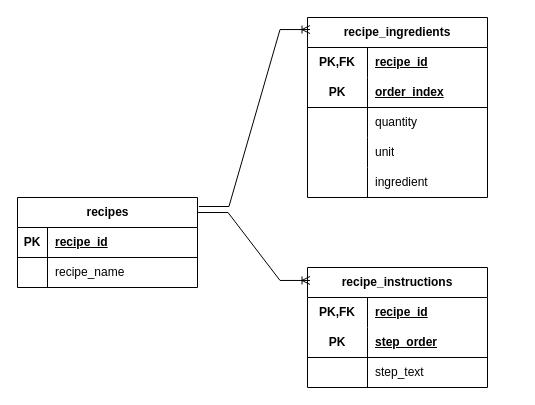
Earlier version of the draw.io diagram page "Database Design" (2 of 2) of assets/SystemDesign.drawio (gmhill/recipe-service). Source tidied: cells renumbered, new cells numbered last; positions are measured from the earlier drawing's top-left corner, leaving out a move shared by most shapes. Both pictures are drawn from the tidied source at 100%, with x=0, y=0 at pixel (17, 17).
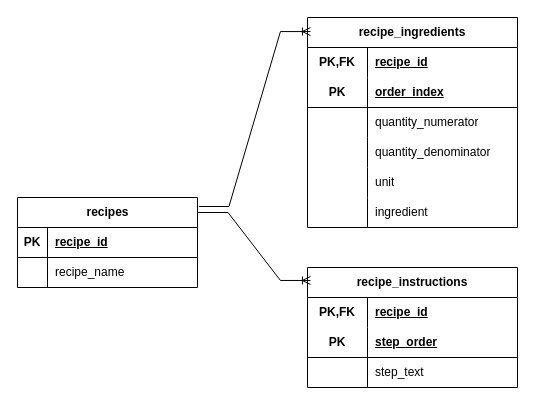
The same page after the edit.

Commit message (it also covers changes not shown here):
Update the database design to account for fractions

The edit, as a diff of the source:
```diff
@@
     <mxCell id="2" value="recipe_ingredients" style="shape=table;startSize=30;childLayout=tableLayout;rowLines=0;fontStyle=1;align=center;html=1;whiteSpace=wrap;" parent="1" vertex="1">
-      <mxGeometry x="290" width="180" height="180" as="geometry" />
+      <mxGeometry x="290" width="210" height="210" as="geometry" />
     </mxCell>
     <mxCell id="3" style="shape=tableRow;horizontal=0;startSize=0;swimlaneHead=0;swimlaneBody=0;fillColor=none;top=0;left=0;right=0;bottom=0;html=1;" parent="2" vertex="1">
-      <mxGeometry y="30" width="180" height="30" as="geometry" />
+      <mxGeometry y="30" width="210" height="30" as="geometry" />
     </mxCell>
@@
     <mxCell id="5" value="recipe_id" style="shape=partialRectangle;fillColor=none;top=0;left=0;bottom=0;right=0;align=left;spacingLeft=6;fontStyle=5;overflow=hidden;html=1;whiteSpace=wrap;" parent="3" vertex="1">
-      <mxGeometry x="60" width="120" height="30" as="geometry" />
+      <mxGeometry x="60" width="150" height="30" as="geometry" />
     </mxCell>
     <mxCell id="6" style="shape=tableRow;horizontal=0;startSize=0;swimlaneHead=0;swimlaneBody=0;fillColor=none;top=0;left=0;right=0;bottom=1;html=1;" parent="2" vertex="1">
-      <mxGeometry y="60" width="180" height="30" as="geometry" />
+      <mxGeometry y="60" width="210" height="30" as="geometry" />
     </mxCell>
@@
     <mxCell id="8" value="order_index" style="shape=partialRectangle;fillColor=none;top=0;left=0;bottom=0;right=0;align=left;spacingLeft=6;fontStyle=5;overflow=hidden;html=1;whiteSpace=wrap;" parent="6" vertex="1">
-      <mxGeometry x="60" width="120" height="30" as="geometry" />
+      <mxGeometry x="60" width="150" height="30" as="geometry" />
     </mxCell>
     <mxCell id="9" style="shape=tableRow;horizontal=0;startSize=0;swimlaneHead=0;swimlaneBody=0;fillColor=none;top=0;left=0;right=0;bottom=0;html=1;" parent="2" vertex="1">
-      <mxGeometry y="90" width="180" height="30" as="geometry" />
+      <mxGeometry y="90" width="210" height="30" as="geometry" />
     </mxCell>
@@
-    <mxCell id="11" value="quantity" style="shape=partialRectangle;fillColor=none;top=0;left=0;bottom=0;right=0;align=left;spacingLeft=6;overflow=hidden;html=1;whiteSpace=wrap;" parent="9" vertex="1">
-      <mxGeometry x="60" width="120" height="30" as="geometry" />
+    <mxCell id="11" value="&lt;div&gt;quantity_numerator&lt;/div&gt;" style="shape=partialRectangle;fillColor=none;top=0;left=0;bottom=0;right=0;align=left;spacingLeft=6;overflow=hidden;html=1;whiteSpace=wrap;" parent="9" vertex="1">
+      <mxGeometry x="60" width="150" height="30" as="geometry" />
     </mxCell>
     <mxCell id="12" style="shape=tableRow;horizontal=0;startSize=0;swimlaneHead=0;swimlaneBody=0;fillColor=none;top=0;left=0;right=0;bottom=0;html=1;" parent="2" vertex="1">
-      <mxGeometry y="120" width="180" height="30" as="geometry" />
+      <mxGeometry y="120" width="210" height="30" as="geometry" />
     </mxCell>
@@
-    <mxCell id="14" value="unit" style="shape=partialRectangle;fillColor=none;top=0;left=0;bottom=0;right=0;align=left;spacingLeft=6;overflow=hidden;html=1;whiteSpace=wrap;" parent="12" vertex="1">
-      <mxGeometry x="60" width="120" height="30" as="geometry" />
+    <mxCell id="14" value="quantity_denominator" style="shape=partialRectangle;fillColor=none;top=0;left=0;bottom=0;right=0;align=left;spacingLeft=6;overflow=hidden;html=1;whiteSpace=wrap;" parent="12" vertex="1">
+      <mxGeometry x="60" width="150" height="30" as="geometry" />
     </mxCell>
     <mxCell id="15" style="shape=tableRow;horizontal=0;startSize=0;swimlaneHead=0;swimlaneBody=0;fillColor=none;top=0;left=0;right=0;bottom=0;html=1;" parent="2" vertex="1">
-      <mxGeometry y="150" width="180" height="30" as="geometry" />
+      <mxGeometry y="150" width="210" height="30" as="geometry" />
     </mxCell>
@@
-    <mxCell id="17" value="ingredient" style="shape=partialRectangle;fillColor=none;top=0;left=0;bottom=0;right=0;align=left;spacingLeft=6;overflow=hidden;html=1;whiteSpace=wrap;" parent="15" vertex="1">
-      <mxGeometry x="60" width="120" height="30" as="geometry" />
+    <mxCell id="17" value="unit" style="shape=partialRectangle;fillColor=none;top=0;left=0;bottom=0;right=0;align=left;spacingLeft=6;overflow=hidden;html=1;whiteSpace=wrap;" parent="15" vertex="1">
+      <mxGeometry x="60" width="150" height="30" as="geometry" />
     </mxCell>
+    <mxCell id="37" style="shape=tableRow;horizontal=0;startSize=0;swimlaneHead=0;swimlaneBody=0;fillColor=none;top=0;left=0;right=0;bottom=0;html=1;" parent="2" vertex="1">
+      <mxGeometry y="180" width="210" height="30" as="geometry" />
+    </mxCell>
+    <mxCell id="38" style="shape=partialRectangle;fillColor=none;top=0;left=0;bottom=0;right=0;overflow=hidden;html=1;whiteSpace=wrap;" parent="37" vertex="1">
+      <mxGeometry width="60" height="30" as="geometry" />
+    </mxCell>
+    <mxCell id="39" value="ingredient" style="shape=partialRectangle;fillColor=none;top=0;left=0;bottom=0;right=0;align=left;spacingLeft=6;overflow=hidden;html=1;whiteSpace=wrap;" parent="37" vertex="1">
+      <mxGeometry x="60" width="150" height="30" as="geometry" />
+    </mxCell>
     <mxCell id="18" value="recipe_instructions" style="shape=table;startSize=30;childLayout=tableLayout;rowLines=0;fontStyle=1;align=center;html=1;whiteSpace=wrap;" parent="1" vertex="1">
-      <mxGeometry x="290" y="250" width="180" height="120" as="geometry" />
+      <mxGeometry x="290" y="250" width="210" height="120" as="geometry" />
     </mxCell>
     <mxCell id="19" style="shape=tableRow;horizontal=0;startSize=0;swimlaneHead=0;swimlaneBody=0;fillColor=none;top=0;left=0;right=0;bottom=0;html=1;" parent="18" vertex="1">
-      <mxGeometry y="30" width="180" height="30" as="geometry" />
+      <mxGeometry y="30" width="210" height="30" as="geometry" />
     </mxCell>
@@
     <mxCell id="21" value="recipe_id" style="shape=partialRectangle;fillColor=none;top=0;left=0;bottom=0;right=0;align=left;spacingLeft=6;fontStyle=5;overflow=hidden;html=1;whiteSpace=wrap;" parent="19" vertex="1">
-      <mxGeometry x="60" width="120" height="30" as="geometry" />
+      <mxGeometry x="60" width="150" height="30" as="geometry" />
     </mxCell>
     <mxCell id="22" style="shape=tableRow;horizontal=0;startSize=0;swimlaneHead=0;swimlaneBody=0;fillColor=none;top=0;left=0;right=0;bottom=1;html=1;" parent="18" vertex="1">
-      <mxGeometry y="60" width="180" height="30" as="geometry" />
+      <mxGeometry y="60" width="210" height="30" as="geometry" />
     </mxCell>
@@
     <mxCell id="24" value="step_order" style="shape=partialRectangle;fillColor=none;top=0;left=0;bottom=0;right=0;align=left;spacingLeft=6;fontStyle=5;overflow=hidden;html=1;whiteSpace=wrap;" parent="22" vertex="1">
-      <mxGeometry x="60" width="120" height="30" as="geometry" />
+      <mxGeometry x="60" width="150" height="30" as="geometry" />
     </mxCell>
     <mxCell id="25" style="shape=tableRow;horizontal=0;startSize=0;swimlaneHead=0;swimlaneBody=0;fillColor=none;top=0;left=0;right=0;bottom=0;html=1;" parent="18" vertex="1">
-      <mxGeometry y="90" width="180" height="30" as="geometry" />
+      <mxGeometry y="90" width="210" height="30" as="geometry" />
     </mxCell>
@@
     <mxCell id="27" value="step_text" style="shape=partialRectangle;fillColor=none;top=0;left=0;bottom=0;right=0;align=left;spacingLeft=6;overflow=hidden;html=1;whiteSpace=wrap;" parent="25" vertex="1">
-      <mxGeometry x="60" width="120" height="30" as="geometry" />
+      <mxGeometry x="60" width="150" height="30" as="geometry" />
     </mxCell>
```
